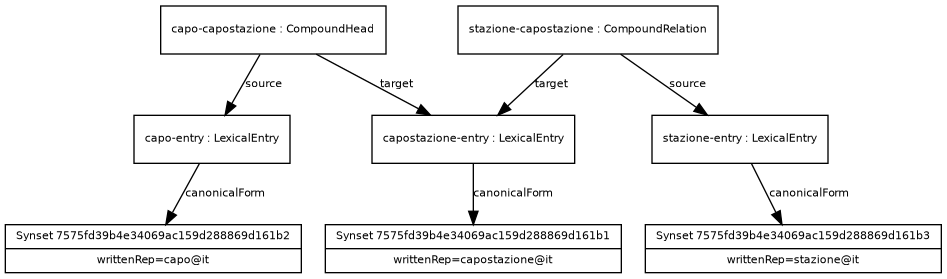
Above: examples/example_17.png in ontolex/morph (Graphviz), before the change. Its source is kept beside it as examples/example_17.dot.
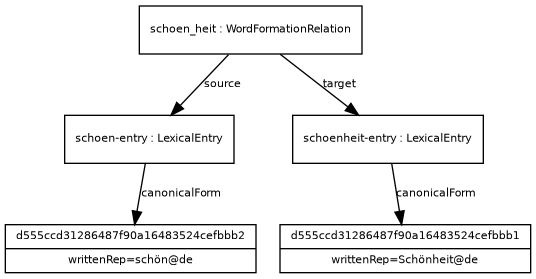
The same diagram one commit later.

Diff of the diagram source:
```diff
@@ -13,19 +13,13 @@
       fontsize = 8
     ]
 
-Synset7575fd39b4e34069ac159d288869d161b2 [ label="{Synset 7575fd39b4e34069ac159d288869d161b2|writtenRep=capo@it}" ]
-capoentry -> Synset7575fd39b4e34069ac159d288869d161b2 [ label="canonicalForm" ]
-capoentry [ label="{capo-entry : LexicalEntry}" ]
-capocapostazione -> capoentry [ label="source" ]
-Synset7575fd39b4e34069ac159d288869d161b1 [ label="{Synset 7575fd39b4e34069ac159d288869d161b1|writtenRep=capostazione@it}" ]
-capostazioneentry -> Synset7575fd39b4e34069ac159d288869d161b1 [ label="canonicalForm" ]
-capostazioneentry [ label="{capostazione-entry : LexicalEntry}" ]
-capocapostazione -> capostazioneentry [ label="target" ]
-capocapostazione [ label="{capo-capostazione : CompoundHead}" ]
-Synset7575fd39b4e34069ac159d288869d161b3 [ label="{Synset 7575fd39b4e34069ac159d288869d161b3|writtenRep=stazione@it}" ]
-stazioneentry -> Synset7575fd39b4e34069ac159d288869d161b3 [ label="canonicalForm" ]
-stazioneentry [ label="{stazione-entry : LexicalEntry}" ]
-stazionecapostazione -> stazioneentry [ label="source" ]
-stazionecapostazione -> capostazioneentry [ label="target" ]
-stazionecapostazione [ label="{stazione-capostazione : CompoundRelation}" ]
+d555ccd31286487f90a16483524cefbbb2 [ label="{d555ccd31286487f90a16483524cefbbb2|writtenRep=schön@de}" ]
+schoenentry -> d555ccd31286487f90a16483524cefbbb2 [ label="canonicalForm" ]
+schoenentry [ label="{schoen-entry : LexicalEntry}" ]
+schoen_heit -> schoenentry [ label="source" ]
+d555ccd31286487f90a16483524cefbbb1 [ label="{d555ccd31286487f90a16483524cefbbb1|writtenRep=Schönheit@de}" ]
+schoenheitentry -> d555ccd31286487f90a16483524cefbbb1 [ label="canonicalForm" ]
+schoenheitentry [ label="{schoenheit-entry : LexicalEntry}" ]
+schoen_heit -> schoenheitentry [ label="target" ]
+schoen_heit [ label="{schoen_heit : WordFormationRelation}" ]
 }
```
